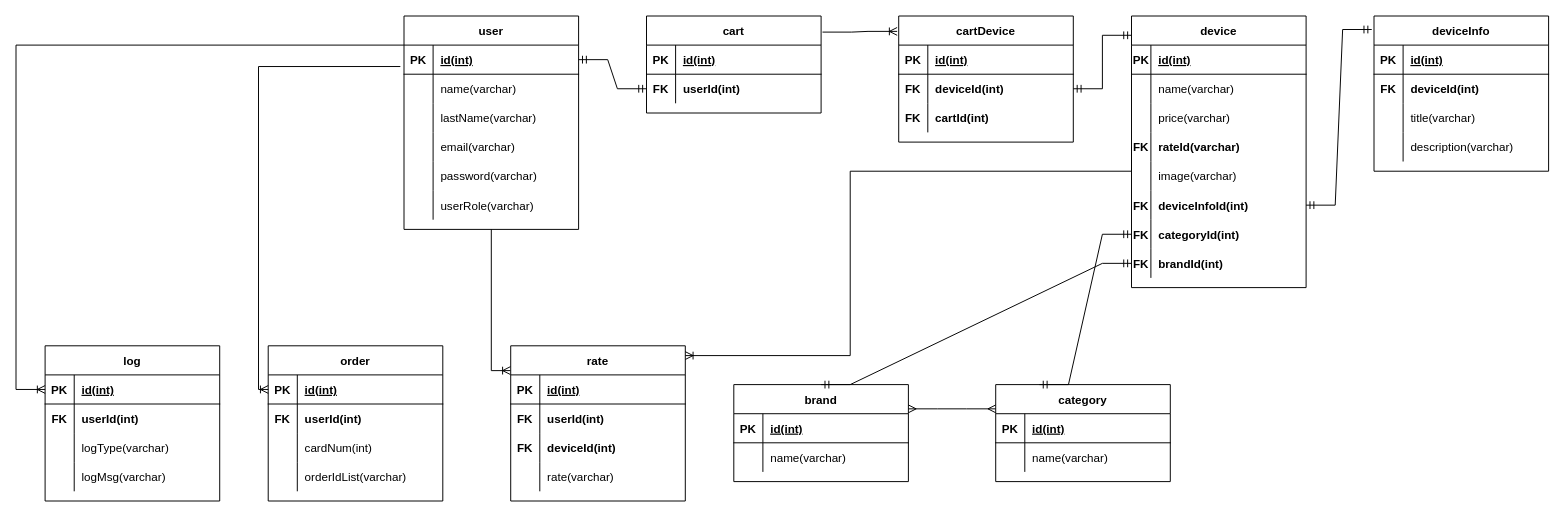
Freasylol/MDiSUBD keeps this draw.io diagram as Lab2/Lab2.drawio. Above is the earlier version. Source tidied: cells renumbered, new cells numbered last; positions are measured from the earlier drawing's top-left corner, leaving out a move shared by most shapes. Both pictures are drawn from the tidied source at 97%, with x=0, y=0 at pixel (16, 16).
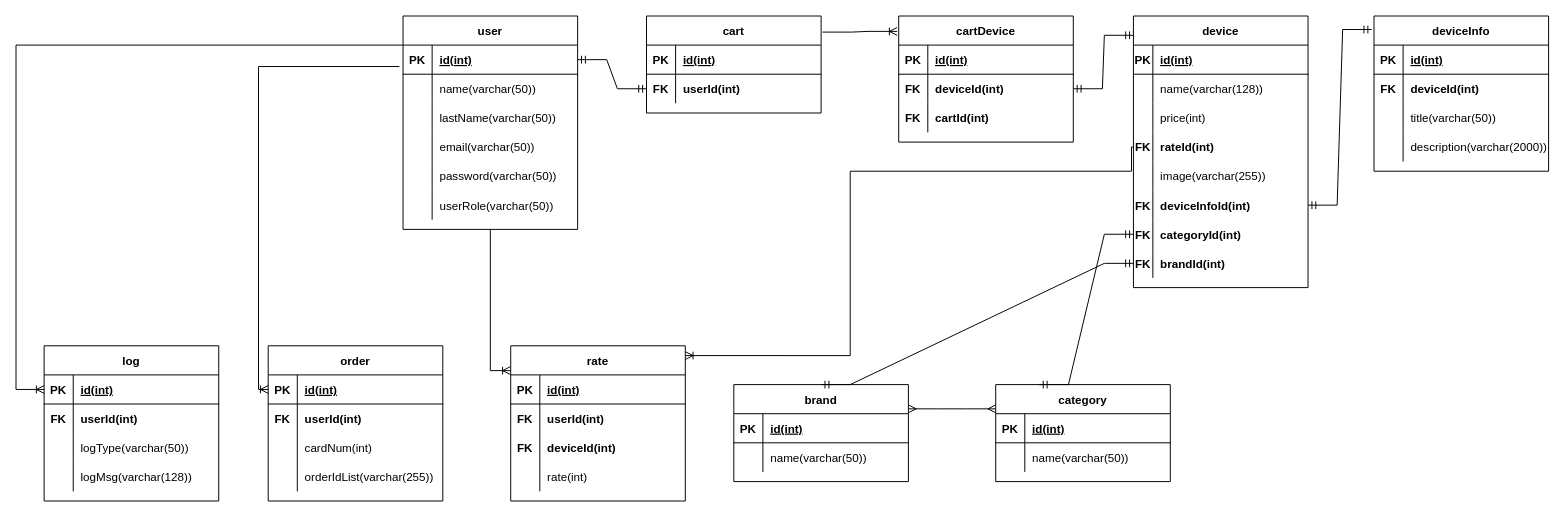
After the change.

Commit message (it also covers changes not shown here):
fix: diagram lab2 fix

The change refers to these unchanged cells:
```xml
<mxCell id="6" style="shape=tableRow;horizontal=0;startSize=0;swimlaneHead=0;swimlaneBody=0;fillColor=none;top=0;left=0;right=0;bottom=0;" parent="2" vertex="1">
  <mxGeometry y="60" width="180" height="30" as="geometry" />
</mxCell>
<mxCell id="9" style="shape=tableRow;horizontal=0;startSize=0;swimlaneHead=0;swimlaneBody=0;fillColor=none;top=0;left=0;right=0;bottom=0;" parent="2" vertex="1">
  <mxGeometry y="90" width="180" height="30" as="geometry" />
</mxCell>
<mxCell id="12" style="shape=tableRow;horizontal=0;startSize=0;swimlaneHead=0;swimlaneBody=0;fillColor=none;top=0;left=0;right=0;bottom=0;" parent="2" vertex="1">
  <mxGeometry y="120" width="180" height="30" as="geometry" />
</mxCell>
<mxCell id="15" style="shape=tableRow;horizontal=0;startSize=0;swimlaneHead=0;swimlaneBody=0;fillColor=none;top=0;left=0;right=0;bottom=0;" parent="2" vertex="1">
  <mxGeometry y="150" width="180" height="30" as="geometry" />
</mxCell>
<mxCell id="18" style="shape=tableRow;horizontal=0;startSize=0;swimlaneHead=0;swimlaneBody=0;fillColor=none;top=0;left=0;right=0;bottom=0;" parent="2" vertex="1">
  <mxGeometry y="180" width="180" height="30" as="geometry" />
</mxCell>
<mxCell id="44" style="shape=tableRow;horizontal=0;startSize=0;swimlaneHead=0;swimlaneBody=0;fillColor=none;top=0;left=0;right=0;bottom=0;" parent="40" vertex="1">
  <mxGeometry y="60" width="180" height="30" as="geometry" />
</mxCell>
<mxCell id="47" style="shape=tableRow;horizontal=0;startSize=0;swimlaneHead=0;swimlaneBody=0;fillColor=none;top=0;left=0;right=0;bottom=0;" parent="40" vertex="1">
  <mxGeometry y="90" width="180" height="30" as="geometry" />
</mxCell>
<mxCell id="50" style="shape=tableRow;horizontal=0;startSize=0;swimlaneHead=0;swimlaneBody=0;fillColor=none;points=[[0,0.5],[1,0.5]];portConstraint=eastwest;top=0;left=0;right=0;bottom=0;" parent="40" vertex="1">
  <mxGeometry y="120" width="180" height="30" as="geometry" />
</mxCell>
<mxCell id="53" style="shape=tableRow;horizontal=0;startSize=0;swimlaneHead=0;swimlaneBody=0;fillColor=none;top=0;left=0;right=0;bottom=0;" parent="40" vertex="1">
  <mxGeometry y="150" width="180" height="30" as="geometry" />
</mxCell>
<mxCell id="72" style="shape=tableRow;horizontal=0;startSize=0;swimlaneHead=0;swimlaneBody=0;fillColor=none;top=0;left=0;right=0;bottom=0;" parent="65" vertex="1">
  <mxGeometry y="90" width="180" height="30" as="geometry" />
</mxCell>
<mxCell id="75" style="shape=tableRow;horizontal=0;startSize=0;swimlaneHead=0;swimlaneBody=0;fillColor=none;top=0;left=0;right=0;bottom=0;" parent="65" vertex="1">
  <mxGeometry y="120" width="180" height="30" as="geometry" />
</mxCell>
<mxCell id="90" style="shape=tableRow;horizontal=0;startSize=0;swimlaneHead=0;swimlaneBody=0;fillColor=none;top=0;left=0;right=0;bottom=0;" parent="80" vertex="1">
  <mxGeometry y="120" width="180" height="30" as="geometry" />
</mxCell>
<mxCell id="97" style="shape=tableRow;horizontal=0;startSize=0;swimlaneHead=0;swimlaneBody=0;fillColor=none;top=0;left=0;right=0;bottom=0;" parent="93" vertex="1">
  <mxGeometry y="60" width="180" height="30" as="geometry" />
</mxCell>
<mxCell id="104" style="shape=tableRow;horizontal=0;startSize=0;swimlaneHead=0;swimlaneBody=0;fillColor=none;top=0;left=0;right=0;bottom=0;" parent="100" vertex="1">
  <mxGeometry y="60" width="180" height="30" as="geometry" />
</mxCell>
<mxCell id="120" style="shape=tableRow;horizontal=0;startSize=0;swimlaneHead=0;swimlaneBody=0;fillColor=none;top=0;left=0;right=0;bottom=0;" parent="110" vertex="1">
  <mxGeometry y="120" width="180" height="30" as="geometry" />
</mxCell>
<mxCell id="130" style="shape=tableRow;horizontal=0;startSize=0;swimlaneHead=0;swimlaneBody=0;fillColor=none;top=0;left=0;right=0;bottom=0;" parent="123" vertex="1">
  <mxGeometry y="90" width="180" height="30" as="geometry" />
</mxCell>
<mxCell id="133" style="shape=tableRow;horizontal=0;startSize=0;swimlaneHead=0;swimlaneBody=0;fillColor=none;top=0;left=0;right=0;bottom=0;" parent="123" vertex="1">
  <mxGeometry y="120" width="180" height="30" as="geometry" />
</mxCell>
```

What changed in the source:
```diff
@@
     <mxCell id="2" value="user" style="shape=table;startSize=30;childLayout=tableLayout;rowLines=0;fontStyle=1;align=center;" parent="1" vertex="1">
-      <mxGeometry x="400" width="180" height="220" as="geometry" />
+      <mxGeometry x="399" width="180" height="220" as="geometry" />
     </mxCell>
@@
-    <mxCell id="8" value="name(varchar)" style="shape=partialRectangle;fillColor=none;top=0;left=0;bottom=0;right=0;align=left;spacingLeft=6;overflow=hidden;" parent="6" vertex="1">
+    <mxCell id="8" value="name(varchar(50))" style="shape=partialRectangle;fillColor=none;top=0;left=0;bottom=0;right=0;align=left;spacingLeft=6;overflow=hidden;" parent="6" vertex="1">
       <mxGeometry x="30" width="150" height="30" as="geometry" />
     </mxCell>
@@
-    <mxCell id="11" value="lastName(varchar)" style="shape=partialRectangle;fillColor=none;top=0;left=0;bottom=0;right=0;align=left;spacingLeft=6;overflow=hidden;" parent="9" vertex="1">
+    <mxCell id="11" value="lastName(varchar(50))" style="shape=partialRectangle;fillColor=none;top=0;left=0;bottom=0;right=0;align=left;spacingLeft=6;overflow=hidden;" parent="9" vertex="1">
       <mxGeometry x="30" width="150" height="30" as="geometry" />
     </mxCell>
@@
-    <mxCell id="14" value="email(varchar)" style="shape=partialRectangle;fillColor=none;top=0;left=0;bottom=0;right=0;align=left;spacingLeft=6;overflow=hidden;" parent="12" vertex="1">
+    <mxCell id="14" value="email(varchar(50))" style="shape=partialRectangle;fillColor=none;top=0;left=0;bottom=0;right=0;align=left;spacingLeft=6;overflow=hidden;" parent="12" vertex="1">
       <mxGeometry x="30" width="150" height="30" as="geometry" />
     </mxCell>
@@
-    <mxCell id="17" value="password(varchar)" style="shape=partialRectangle;fillColor=none;top=0;left=0;bottom=0;right=0;align=left;spacingLeft=6;overflow=hidden;" parent="15" vertex="1">
+    <mxCell id="17" value="password(varchar(50))" style="shape=partialRectangle;fillColor=none;top=0;left=0;bottom=0;right=0;align=left;spacingLeft=6;overflow=hidden;" parent="15" vertex="1">
       <mxGeometry x="30" width="150" height="30" as="geometry" />
     </mxCell>
@@
-    <mxCell id="20" value="userRole(varchar)" style="shape=partialRectangle;fillColor=none;top=0;left=0;bottom=0;right=0;align=left;spacingLeft=6;overflow=hidden;" parent="18" vertex="1">
+    <mxCell id="20" value="userRole(varchar(50))" style="shape=partialRectangle;fillColor=none;top=0;left=0;bottom=0;right=0;align=left;spacingLeft=6;overflow=hidden;" parent="18" vertex="1">
       <mxGeometry x="30" width="150" height="30" as="geometry" />
     </mxCell>
@@
     <mxCell id="40" value="device" style="shape=table;startSize=30;childLayout=tableLayout;rowLines=0;fontStyle=1;align=center;" parent="1" vertex="1">
-      <mxGeometry x="1150" width="180" height="280" as="geometry" />
+      <mxGeometry x="1152" width="180" height="280" as="geometry" />
     </mxCell>
@@
-    <mxCell id="46" value="name(varchar)" style="shape=partialRectangle;fillColor=none;top=0;left=0;bottom=0;right=0;align=left;spacingLeft=6;overflow=hidden;" parent="44" vertex="1">
+    <mxCell id="46" value="name(varchar(128))" style="shape=partialRectangle;fillColor=none;top=0;left=0;bottom=0;right=0;align=left;spacingLeft=6;overflow=hidden;" parent="44" vertex="1">
       <mxGeometry x="20" width="160" height="30" as="geometry" />
     </mxCell>
@@
-    <mxCell id="49" value="price(varchar)" style="shape=partialRectangle;fillColor=none;top=0;left=0;bottom=0;right=0;align=left;spacingLeft=6;overflow=hidden;" parent="47" vertex="1">
+    <mxCell id="49" value="price(int)" style="shape=partialRectangle;fillColor=none;top=0;left=0;bottom=0;right=0;align=left;spacingLeft=6;overflow=hidden;" parent="47" vertex="1">
       <mxGeometry x="20" width="160" height="30" as="geometry" />
     </mxCell>
@@
-    <mxCell id="52" value="rateId(varchar)" style="shape=partialRectangle;fillColor=none;top=0;left=0;bottom=0;right=0;align=left;spacingLeft=6;overflow=hidden;fontStyle=1;" parent="50" vertex="1">
+    <mxCell id="52" value="rateId(int)" style="shape=partialRectangle;fillColor=none;top=0;left=0;bottom=0;right=0;align=left;spacingLeft=6;overflow=hidden;fontStyle=1;" parent="50" vertex="1">
       <mxGeometry x="20" width="160" height="30" as="geometry" />
     </mxCell>
@@
-    <mxCell id="55" value="image(varchar)" style="shape=partialRectangle;fillColor=none;top=0;left=0;bottom=0;right=0;align=left;spacingLeft=6;overflow=hidden;" parent="53" vertex="1">
+    <mxCell id="55" value="image(varchar(255))" style="shape=partialRectangle;fillColor=none;top=0;left=0;bottom=0;right=0;align=left;spacingLeft=6;overflow=hidden;" parent="53" vertex="1">
       <mxGeometry x="20" width="160" height="30" as="geometry" />
     </mxCell>
@@
-    <mxCell id="74" value="title(varchar)" style="shape=partialRectangle;fillColor=none;top=0;left=0;bottom=0;right=0;align=left;spacingLeft=6;overflow=hidden;fontStyle=0;" parent="72" vertex="1">
+    <mxCell id="74" value="title(varchar(50))" style="shape=partialRectangle;fillColor=none;top=0;left=0;bottom=0;right=0;align=left;spacingLeft=6;overflow=hidden;fontStyle=0;" parent="72" vertex="1">
       <mxGeometry x="30" width="150" height="30" as="geometry" />
     </mxCell>
@@
-    <mxCell id="77" value="description(varchar)" style="shape=partialRectangle;fillColor=none;top=0;left=0;bottom=0;right=0;align=left;spacingLeft=6;overflow=hidden;fontStyle=0;" parent="75" vertex="1">
+    <mxCell id="77" value="description(varchar(2000))" style="shape=partialRectangle;fillColor=none;top=0;left=0;bottom=0;right=0;align=left;spacingLeft=6;overflow=hidden;fontStyle=0;" parent="75" vertex="1">
       <mxGeometry x="30" width="150" height="30" as="geometry" />
     </mxCell>
@@
-    <mxCell id="92" value="rate(varchar)" style="shape=partialRectangle;fillColor=none;top=0;left=0;bottom=0;right=0;align=left;spacingLeft=6;overflow=hidden;fontStyle=0;" parent="90" vertex="1">
+    <mxCell id="92" value="rate(int)" style="shape=partialRectangle;fillColor=none;top=0;left=0;bottom=0;right=0;align=left;spacingLeft=6;overflow=hidden;fontStyle=0;" parent="90" vertex="1">
       <mxGeometry x="30" width="150" height="30" as="geometry" />
     </mxCell>
@@
-    <mxCell id="99" value="name(varchar)" style="shape=partialRectangle;fillColor=none;top=0;left=0;bottom=0;right=0;align=left;spacingLeft=6;overflow=hidden;" parent="97" vertex="1">
+    <mxCell id="99" value="name(varchar(50))" style="shape=partialRectangle;fillColor=none;top=0;left=0;bottom=0;right=0;align=left;spacingLeft=6;overflow=hidden;" parent="97" vertex="1">
       <mxGeometry x="30" width="150" height="30" as="geometry" />
     </mxCell>
@@
-    <mxCell id="106" value="name(varchar)" style="shape=partialRectangle;fillColor=none;top=0;left=0;bottom=0;right=0;align=left;spacingLeft=6;overflow=hidden;" parent="104" vertex="1">
+    <mxCell id="106" value="name(varchar(50))" style="shape=partialRectangle;fillColor=none;top=0;left=0;bottom=0;right=0;align=left;spacingLeft=6;overflow=hidden;" parent="104" vertex="1">
       <mxGeometry x="30" width="150" height="30" as="geometry" />
     </mxCell>
@@
-    <mxCell id="122" value="orderIdList(varchar)" style="shape=partialRectangle;fillColor=none;top=0;left=0;bottom=0;right=0;align=left;spacingLeft=6;overflow=hidden;" parent="120" vertex="1">
+    <mxCell id="122" value="orderIdList(varchar(255))" style="shape=partialRectangle;fillColor=none;top=0;left=0;bottom=0;right=0;align=left;spacingLeft=6;overflow=hidden;" parent="120" vertex="1">
       <mxGeometry x="30" width="150" height="30" as="geometry" />
     </mxCell>
     <mxCell id="123" value="log" style="shape=table;startSize=30;childLayout=tableLayout;rowLines=0;fontStyle=1;align=center;" parent="1" vertex="1">
-      <mxGeometry x="30" y="340" width="180" height="160" as="geometry" />
+      <mxGeometry x="29" y="340" width="180" height="160" as="geometry" />
     </mxCell>
@@
-    <mxCell id="132" value="logType(varchar)" style="shape=partialRectangle;fillColor=none;top=0;left=0;bottom=0;right=0;align=left;spacingLeft=6;overflow=hidden;" parent="130" vertex="1">
+    <mxCell id="132" value="logType(varchar(50))" style="shape=partialRectangle;fillColor=none;top=0;left=0;bottom=0;right=0;align=left;spacingLeft=6;overflow=hidden;" parent="130" vertex="1">
       <mxGeometry x="30" width="150" height="30" as="geometry" />
     </mxCell>
@@
-    <mxCell id="135" value="logMsg(varchar)" style="shape=partialRectangle;fillColor=none;top=0;left=0;bottom=0;right=0;align=left;spacingLeft=6;overflow=hidden;" parent="133" vertex="1">
+    <mxCell id="135" value="logMsg(varchar(128))" style="shape=partialRectangle;fillColor=none;top=0;left=0;bottom=0;right=0;align=left;spacingLeft=6;overflow=hidden;" parent="133" vertex="1">
       <mxGeometry x="30" width="150" height="30" as="geometry" />
     </mxCell>
```
